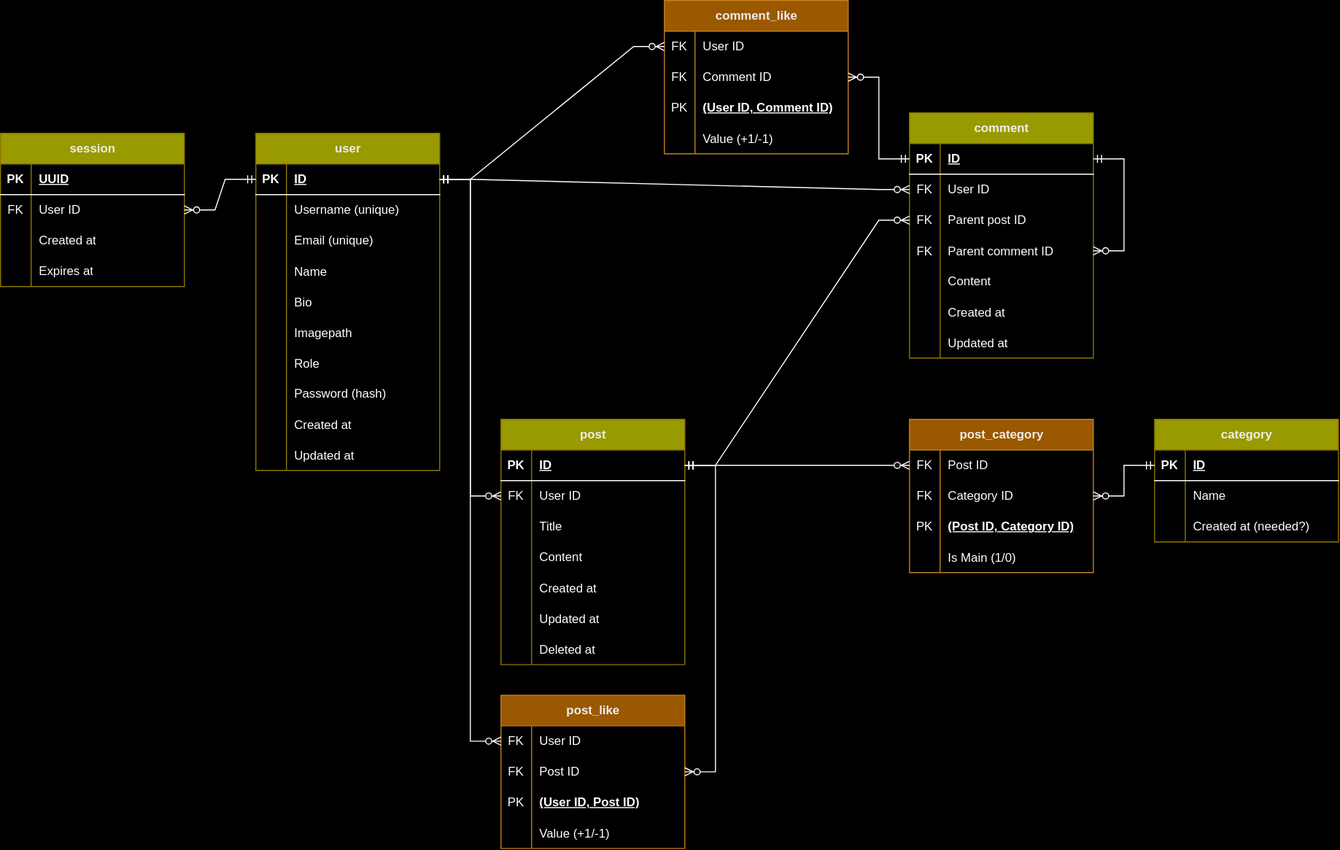
This is static/assets/ERD.svg from alia-dd/forum, a draw.io export, as it was before one commit. Source tidied: cells renumbered, new cells last; positions are measured from the earlier drawing's top-left corner, leaving out a move shared by most shapes.
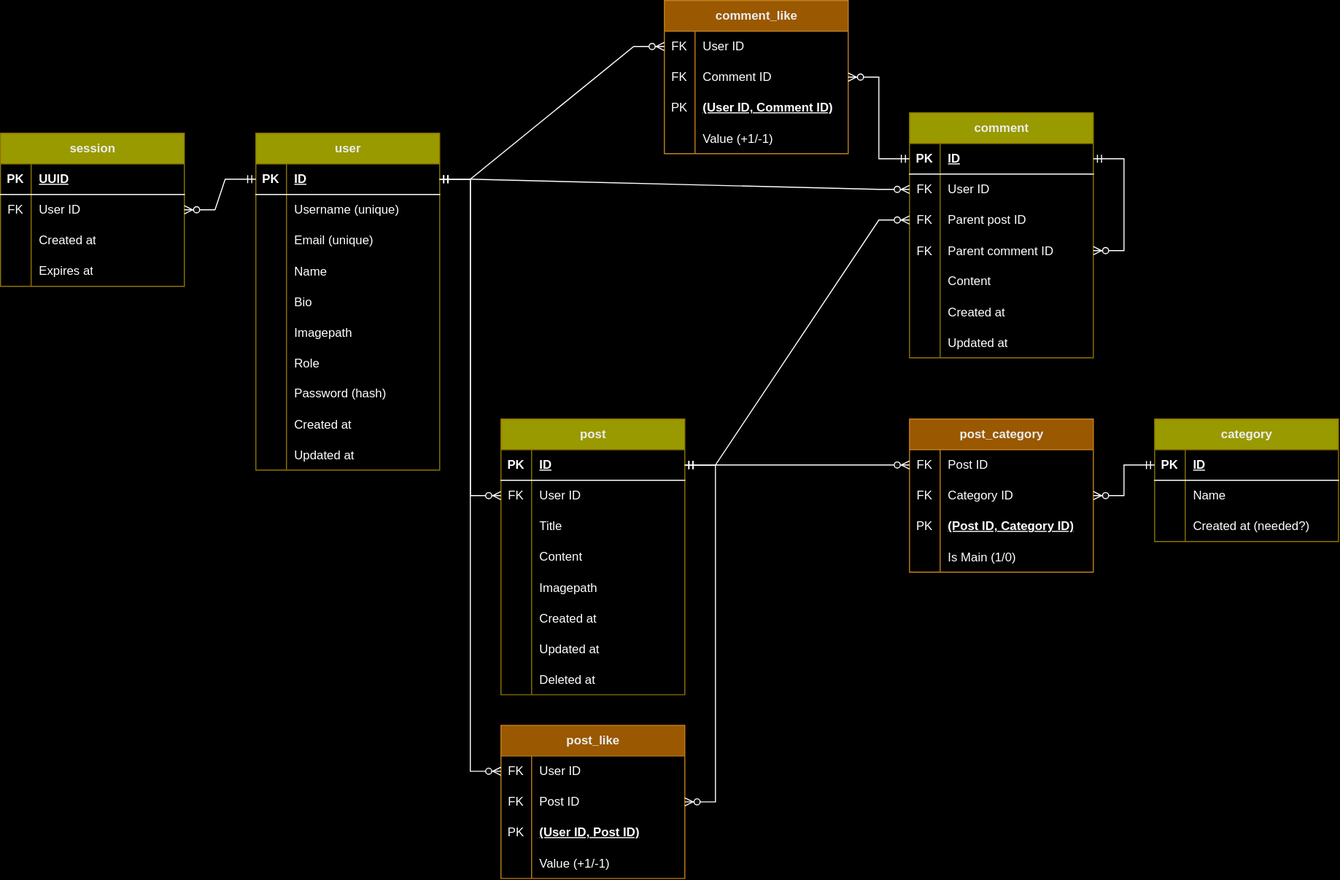
After the change.

Change to the diagram source:
```diff
@@ -96,7 +96,7 @@
       <mxGeometry x="30" width="150" height="30" as="geometry" />
     </mxCell>
     <mxCell id="33" value="post" style="shape=table;startSize=30;rowLines=0;fontStyle=1;align=center;html=1;fillColor=light-dark(#E3C800,#999900);fontColor=#000000;strokeColor=#B09500;" parent="1" vertex="1">
-      <mxGeometry x="490" y="410" width="180" height="240" as="geometry" />
+      <mxGeometry x="490" y="410" width="180" height="270" as="geometry" />
     </mxCell>
     <mxCell id="34" style="shape=tableRow;horizontal=0;startSize=0;swimlaneHead=0;swimlaneBody=0;fillColor=none;points=[[0,0.5],[1,0.5]];portConstraint=eastwest;top=0;left=0;right=0;bottom=1;" parent="33" vertex="1">
       <mxGeometry y="30" width="180" height="30" as="geometry" />
@@ -134,8 +134,17 @@
     <mxCell id="45" value="Content" style="shape=partialRectangle;fillColor=none;top=0;left=0;bottom=0;right=0;align=left;spacingLeft=6;overflow=hidden;whiteSpace=wrap;html=1;" parent="43" vertex="1">
       <mxGeometry x="30" width="150" height="30" as="geometry" />
     </mxCell>
+    <mxCell id="150" style="shape=tableRow;horizontal=0;startSize=0;swimlaneHead=0;swimlaneBody=0;fillColor=none;top=0;left=0;right=0;bottom=0;" parent="33" vertex="1">
+      <mxGeometry y="150" width="180" height="30" as="geometry" />
+    </mxCell>
+    <mxCell id="151" style="shape=partialRectangle;fillColor=none;top=0;left=0;bottom=0;right=0;overflow=hidden;" parent="150" vertex="1">
+      <mxGeometry width="30" height="30" as="geometry" />
+    </mxCell>
+    <mxCell id="152" value="Imagepath" style="shape=partialRectangle;fillColor=none;top=0;left=0;bottom=0;right=0;align=left;spacingLeft=6;overflow=hidden;" parent="150" vertex="1">
+      <mxGeometry x="30" width="150" height="30" as="geometry" />
+    </mxCell>
     <mxCell id="46" style="shape=tableRow;horizontal=0;startSize=0;swimlaneHead=0;swimlaneBody=0;fillColor=none;top=0;left=0;right=0;bottom=0;" parent="33" vertex="1">
-      <mxGeometry y="150" width="180" height="30" as="geometry" />
+      <mxGeometry y="180" width="180" height="30" as="geometry" />
     </mxCell>
     <mxCell id="47" style="shape=partialRectangle;fillColor=none;top=0;left=0;bottom=0;right=0;overflow=hidden;" parent="46" vertex="1">
       <mxGeometry width="30" height="30" as="geometry" />
@@ -144,7 +153,7 @@
       <mxGeometry x="30" width="150" height="30" as="geometry" />
     </mxCell>
     <mxCell id="49" style="shape=tableRow;horizontal=0;startSize=0;swimlaneHead=0;swimlaneBody=0;fillColor=none;top=0;left=0;right=0;bottom=0;" parent="33" vertex="1">
-      <mxGeometry y="180" width="180" height="30" as="geometry" />
+      <mxGeometry y="210" width="180" height="30" as="geometry" />
     </mxCell>
     <mxCell id="50" style="shape=partialRectangle;fillColor=none;top=0;left=0;bottom=0;right=0;overflow=hidden;" parent="49" vertex="1">
       <mxGeometry width="30" height="30" as="geometry" />
@@ -153,7 +162,7 @@
       <mxGeometry x="30" width="150" height="30" as="geometry" />
     </mxCell>
     <mxCell id="52" style="shape=tableRow;horizontal=0;startSize=0;swimlaneHead=0;swimlaneBody=0;fillColor=none;top=0;left=0;right=0;bottom=0;" parent="33" vertex="1">
-      <mxGeometry y="210" width="180" height="30" as="geometry" />
+      <mxGeometry y="240" width="180" height="30" as="geometry" />
     </mxCell>
     <mxCell id="53" style="shape=partialRectangle;fillColor=none;top=0;left=0;bottom=0;right=0;overflow=hidden;" parent="52" vertex="1">
       <mxGeometry width="30" height="30" as="geometry" />
@@ -354,7 +363,7 @@
       <mxGeometry x="30" width="150" height="30" as="geometry" />
     </mxCell>
     <mxCell id="119" value="post_like" style="shape=table;startSize=30;rowLines=0;fontStyle=1;align=center;html=1;fillColor=#f0a30a;fontColor=#000000;strokeColor=#BD7000;" parent="1" vertex="1">
-      <mxGeometry x="490" y="680" width="180" height="150" as="geometry" />
+      <mxGeometry x="490" y="710" width="180" height="150" as="geometry" />
     </mxCell>
     <mxCell id="120" style="shape=tableRow;horizontal=0;startSize=0;swimlaneHead=0;swimlaneBody=0;fillColor=none;points=[[0,0.5],[1,0.5]];portConstraint=eastwest;top=0;left=0;right=0;bottom=0;" parent="119" vertex="1">
       <mxGeometry y="30" width="180" height="30" as="geometry" />
```
